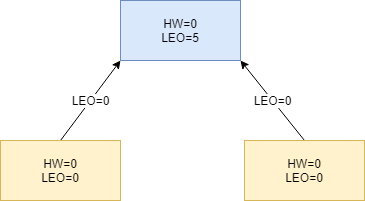
antonyw/coding-thinking keeps this draw.io diagram as img/KAKFA-FLOW01.png. Above is the earlier version. Source tidied: cells renumbered, new cells last; positions are measured from the earlier drawing's top-left corner, leaving out a move shared by most shapes. Its diagram source:
```xml
<mxGraphModel>
  <root>
    <mxCell id="0" />
    <mxCell id="1" parent="0" />
    <mxCell id="2" value="HW=0&lt;br&gt;LEO=5" style="rounded=0;whiteSpace=wrap;html=1;fillColor=#dae8fc;strokeColor=#6c8ebf;" parent="1" vertex="1">
      <mxGeometry x="120" width="120" height="60" as="geometry" />
    </mxCell>
    <mxCell id="3" value="LEO=0" style="rounded=0;jettySize=auto;html=1;exitX=0.5;exitY=0;exitDx=0;exitDy=0;entryX=0;entryY=1;entryDx=0;entryDy=0;" parent="1" edge="1" source="4" target="2">
      <mxGeometry relative="1" as="geometry" />
    </mxCell>
    <mxCell id="4" value="HW=0&lt;br&gt;LEO=0" style="rounded=0;whiteSpace=wrap;html=1;fillColor=#fff2cc;strokeColor=#d6b656;" parent="1" vertex="1">
      <mxGeometry y="140" width="120" height="60" as="geometry" />
    </mxCell>
    <mxCell id="5" value="LEO=0" style="edgeStyle=none;rounded=0;jettySize=auto;html=1;exitX=0.5;exitY=0;exitDx=0;exitDy=0;entryX=1;entryY=1;entryDx=0;entryDy=0;" parent="1" edge="1" source="6" target="2">
      <mxGeometry relative="1" as="geometry" />
    </mxCell>
    <mxCell id="6" value="HW=0&lt;br&gt;LEO=0" style="rounded=0;whiteSpace=wrap;html=1;fillColor=#fff2cc;strokeColor=#d6b656;" parent="1" vertex="1">
      <mxGeometry x="244" y="140" width="120" height="60" as="geometry" />
    </mxCell>
  </root>
</mxGraphModel>
```
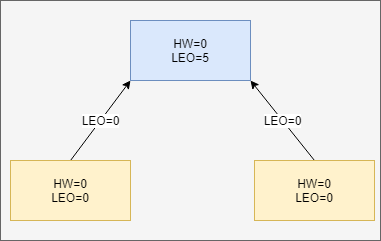
Later version of the same file.

What changed in the source:
```diff
@@ -2,6 +2,9 @@
   <root>
     <mxCell id="0" />
     <mxCell id="1" parent="0" />
+    <mxCell id="7" style="rounded=0;whiteSpace=wrap;html=1;fillColor=#f5f5f5;strokeColor=#666666;fontColor=#333333;" parent="1" vertex="1">
+      <mxGeometry x="-10" y="-20" width="380" height="240" as="geometry" />
+    </mxCell>
     <mxCell id="2" value="HW=0&lt;br&gt;LEO=5" style="rounded=0;whiteSpace=wrap;html=1;fillColor=#dae8fc;strokeColor=#6c8ebf;" parent="1" vertex="1">
       <mxGeometry x="120" width="120" height="60" as="geometry" />
     </mxCell>
```
